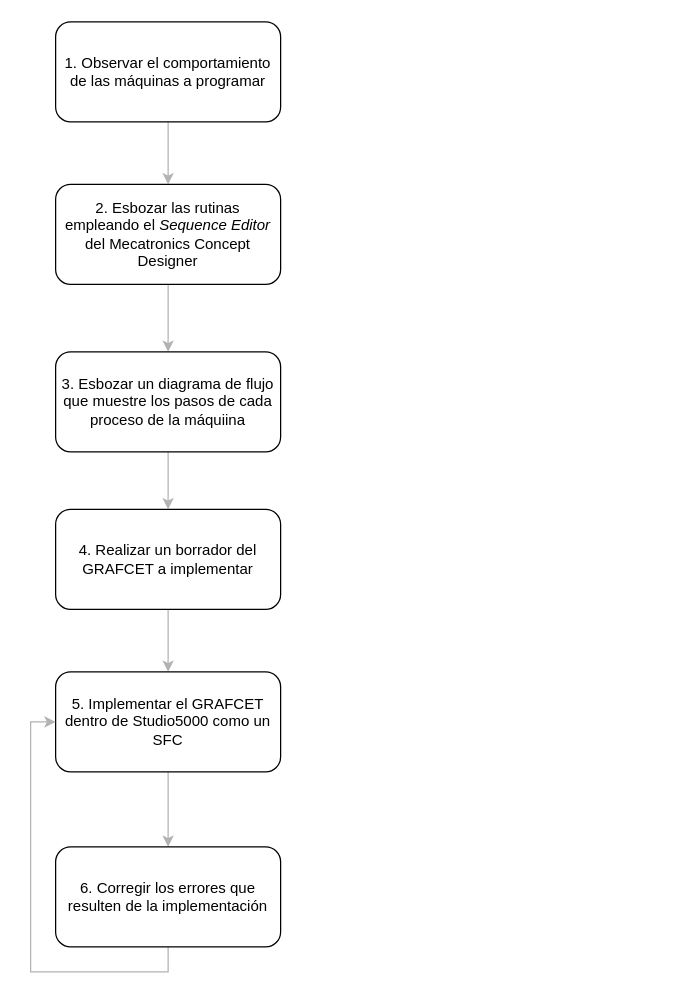
The draw.io diagram 7 Controladores Industriales/DiagramaDeFlujo_Modulo7.drawio in danielCamiloP/TecnomecatroniX, before the edit. Source tidied: cells renumbered, new cells numbered last; positions are measured from the earlier drawing's top-left corner, leaving out a move shared by most shapes. Both pictures are drawn from the tidied source at 125%, with x=0, y=0 at pixel (55, 21).
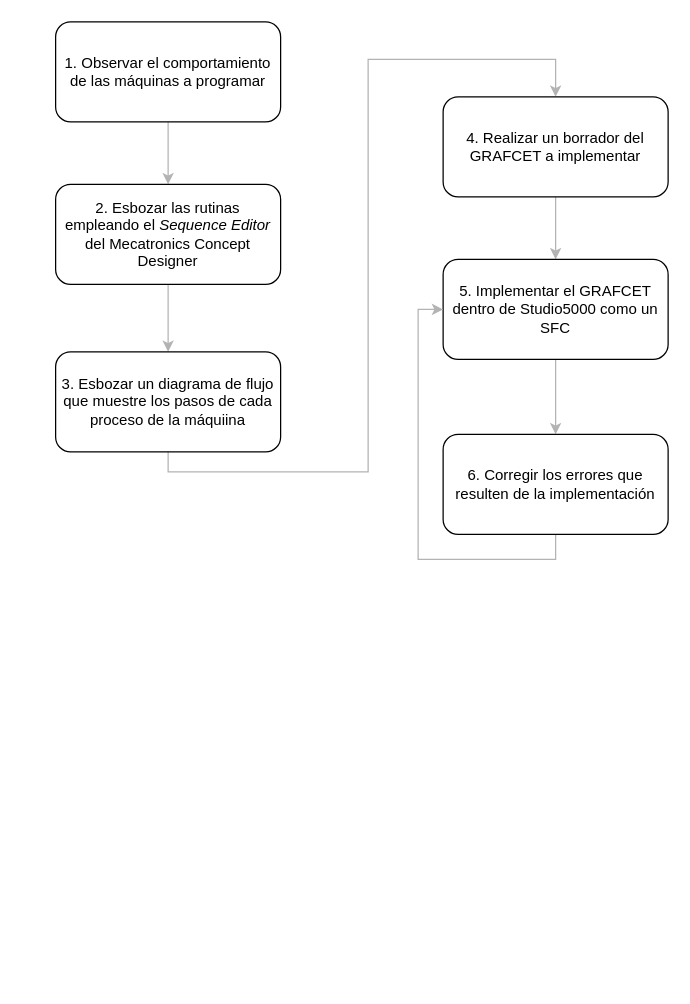
The same diagram, later.

The edit, as a diff of the source:
```diff
@@
 <mxGraphModel>
   <root>
     <mxCell id="0" />
     <mxCell id="1" parent="0" />
     <mxCell id="2" style="edgeStyle=orthogonalEdgeStyle;rounded=0;jettySize=auto;html=1;strokeColor=#B3B3B3;" parent="1" edge="1" source="3" target="5">
       <mxGeometry relative="1" as="geometry" />
     </mxCell>
     <mxCell id="3" value="1. Observar el comportamiento de las máquinas a programar" style="rounded=1;whiteSpace=wrap;html=1;" parent="1" vertex="1">
       <mxGeometry width="180" height="80" as="geometry" />
     </mxCell>
     <mxCell id="4" style="edgeStyle=orthogonalEdgeStyle;rounded=0;jettySize=auto;html=1;strokeColor=#B3B3B3;" parent="1" edge="1" source="5" target="7">
       <mxGeometry relative="1" as="geometry" />
     </mxCell>
     <mxCell id="5" value="2. Esbozar las rutinas empleando el &lt;i&gt;Sequence Editor&lt;/i&gt; del Mecatronics Concept Designer" style="rounded=1;whiteSpace=wrap;html=1;" parent="1" vertex="1">
       <mxGeometry y="130" width="180" height="80" as="geometry" />
     </mxCell>
-    <mxCell id="6" style="edgeStyle=orthogonalEdgeStyle;rounded=0;jettySize=auto;html=1;strokeColor=#B3B3B3;" parent="1" edge="1" source="7" target="9">
-      <mxGeometry relative="1" as="geometry" />
+    <mxCell id="6" style="edgeStyle=orthogonalEdgeStyle;rounded=0;jettySize=auto;html=1;strokeColor=#B3B3B3;exitX=0.5;exitY=1;exitDx=0;exitDy=0;entryX=0.5;entryY=0;entryDx=0;entryDy=0;" parent="1" edge="1" source="7" target="9">
+      <mxGeometry relative="1" as="geometry">
+        <Array as="points">
+          <mxPoint x="90" y="360" />
+          <mxPoint x="250" y="360" />
+          <mxPoint x="250" y="30" />
+          <mxPoint x="400" y="30" />
+        </Array>
+      </mxGeometry>
     </mxCell>
     <mxCell id="7" value="3. Esbozar un diagrama de flujo que muestre los pasos de cada proceso de la máquiina" style="rounded=1;whiteSpace=wrap;html=1;" parent="1" vertex="1">
       <mxGeometry y="264" width="180" height="80" as="geometry" />
     </mxCell>
     <mxCell id="8" style="edgeStyle=orthogonalEdgeStyle;rounded=0;jettySize=auto;html=1;strokeColor=#B3B3B3;" parent="1" edge="1" source="9" target="11">
       <mxGeometry relative="1" as="geometry" />
     </mxCell>
     <mxCell id="9" value="4. Realizar un borrador del GRAFCET a implementar" style="rounded=1;whiteSpace=wrap;html=1;" parent="1" vertex="1">
-      <mxGeometry y="390" width="180" height="80" as="geometry" />
+      <mxGeometry x="310" y="60" width="180" height="80" as="geometry" />
     </mxCell>
     <mxCell id="10" style="edgeStyle=orthogonalEdgeStyle;rounded=0;jettySize=auto;html=1;strokeColor=#B3B3B3;" parent="1" edge="1" source="11" target="13">
       <mxGeometry relative="1" as="geometry" />
     </mxCell>
     <mxCell id="11" value="5. Implementar el GRAFCET dentro de Studio5000 como un SFC" style="rounded=1;whiteSpace=wrap;html=1;" parent="1" vertex="1">
-      <mxGeometry y="520" width="180" height="80" as="geometry" />
+      <mxGeometry x="310" y="190" width="180" height="80" as="geometry" />
     </mxCell>
     <mxCell id="12" style="edgeStyle=orthogonalEdgeStyle;rounded=0;jettySize=auto;html=1;exitX=0.5;exitY=1;exitDx=0;exitDy=0;entryX=0;entryY=0.5;entryDx=0;entryDy=0;strokeColor=#B3B3B3;" parent="1" edge="1" source="13" target="11">
       <mxGeometry relative="1" as="geometry" />
     </mxCell>
     <mxCell id="13" value="6. Corregir los errores que resulten de la implementación" style="rounded=1;whiteSpace=wrap;html=1;" parent="1" vertex="1">
-      <mxGeometry y="660" width="180" height="80" as="geometry" />
+      <mxGeometry x="310" y="330" width="180" height="80" as="geometry" />
     </mxCell>
   </root>
 </mxGraphModel>
```
